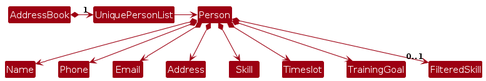
Before: diagrams/BetterModelClassDiagram.png, a diagram exported from PlantUML (momentumnn/tp). Its source is kept beside it as diagrams/BetterModelClassDiagram.puml. Source of this version:
```plantuml
@startuml
!include style.puml
skinparam arrowThickness 1.1
skinparam arrowColor MODEL_COLOR
skinparam classBackgroundColor MODEL_COLOR

AddressBook *-right-> "1" UniquePersonList
UniquePersonList -right-> Person

Person *--> Name
Person *--> Phone
Person *--> Email
Person *--> Address
Person *--> Skill
Person *--> Timeslot
Person *--> TrainingGoal
Person *--> "0..1" FilteredSkill
@enduml
```
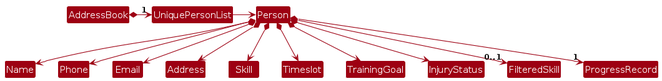
The same file after the commit.

Change to the diagram source:
```diff
@@ -14,5 +14,7 @@
 Person *--> Skill
 Person *--> Timeslot
 Person *--> TrainingGoal
+Person *--> InjuryStatus
 Person *--> "0..1" FilteredSkill
+Person *--> "1" ProgressRecord
 @enduml
```
